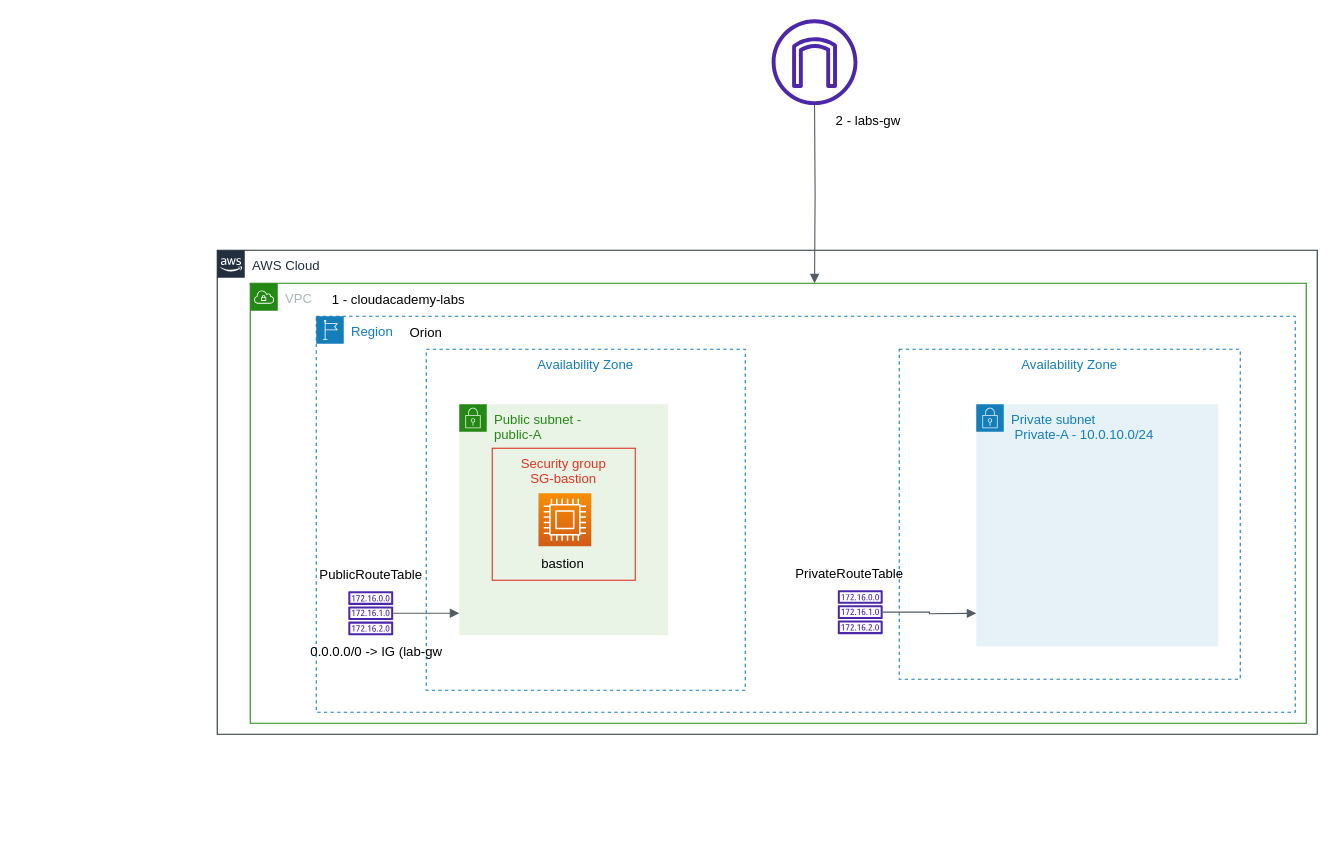
Above: cloudAcademyLab.drawio in pankajan05/pic (draw.io), before the change. Source tidied: cells renumbered, new cells numbered last; positions are measured from the earlier drawing's top-left corner, leaving out a move shared by most shapes. Both pictures are drawn from the tidied source at 110%, with x=0, y=0 at pixel (217, 19).
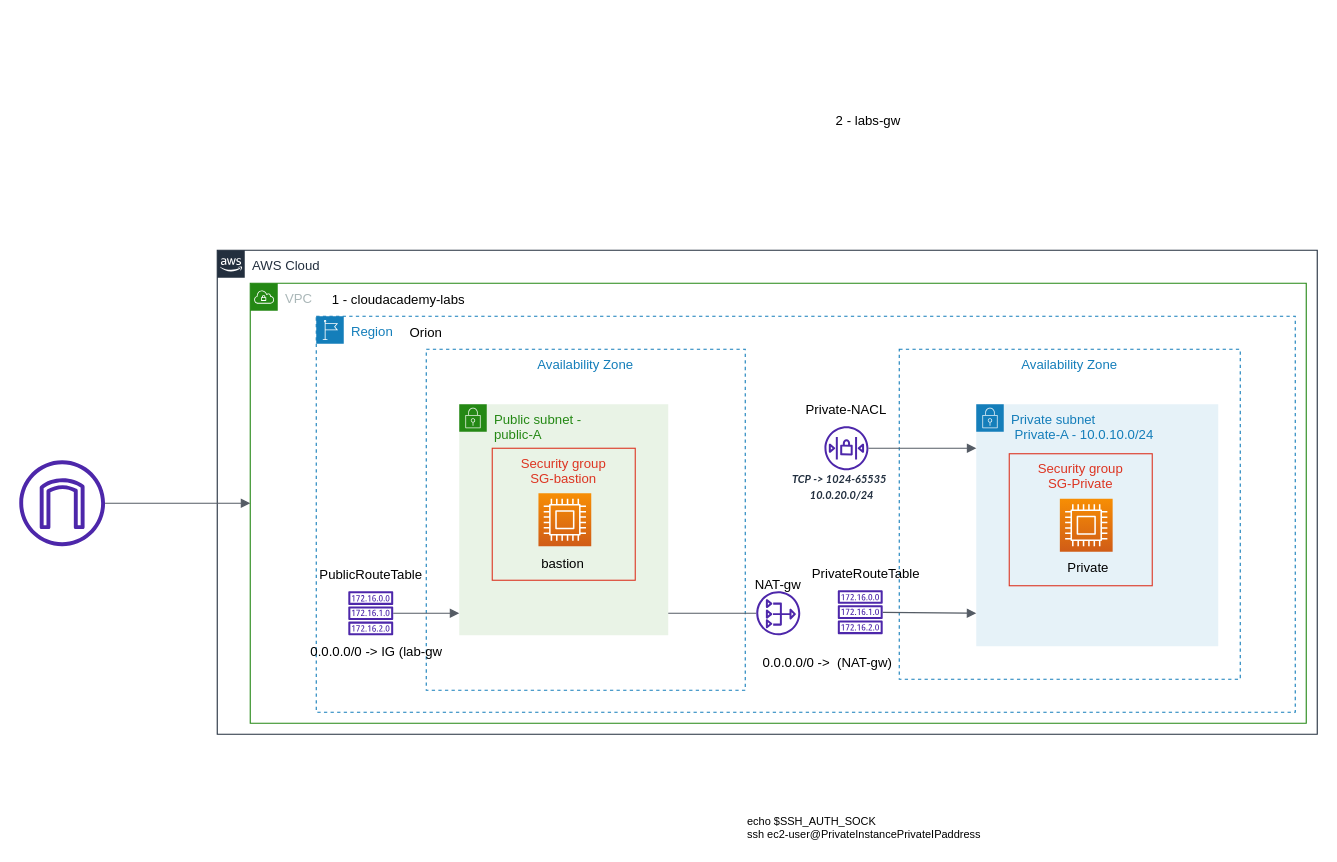
After the change.

The change refers to these unchanged cells:
```xml
<mxCell id="3" value="Region" style="gradientColor=none;html=1;whiteSpace=wrap;fontSize=12;fontStyle=0;shape=mxgraph.aws4.group;grIcon=mxgraph.aws4.group_region;strokeColor=#147EBA;fillColor=none;verticalAlign=top;align=left;spacingLeft=30;fontColor=#147EBA;dashed=1;" parent="1" vertex="1">
  <mxGeometry x="90" y="270" width="890" height="360" as="geometry" />
</mxCell>
<mxCell id="5" value="Availability Zone" style="fillColor=none;strokeColor=#147EBA;dashed=1;verticalAlign=top;fontStyle=0;fontColor=#147EBA;" parent="3" vertex="1">
  <mxGeometry x="530" y="30" width="310" height="300" as="geometry" />
</mxCell>
<mxCell id="10" value="VPC" style="points=[[0,0],[0.25,0],[0.5,0],[0.75,0],[1,0],[1,0.25],[1,0.5],[1,0.75],[1,1],[0.75,1],[0.5,1],[0.25,1],[0,1],[0,0.75],[0,0.5],[0,0.25]];outlineConnect=0;gradientColor=none;html=1;whiteSpace=wrap;fontSize=12;fontStyle=0;shape=mxgraph.aws4.group;grIcon=mxgraph.aws4.group_vpc;strokeColor=#248814;fillColor=none;verticalAlign=top;align=left;spacingLeft=30;fontColor=#AAB7B8;dashed=0;" parent="1" vertex="1">
  <mxGeometry x="30" y="240" width="960" height="400" as="geometry" />
</mxCell>
<mxCell id="16" style="sketch=0;outlineConnect=0;fontColor=#232F3E;gradientColor=none;fillColor=#4D27AA;strokeColor=none;dashed=0;verticalLabelPosition=bottom;verticalAlign=top;align=center;html=1;fontSize=12;fontStyle=0;shape=mxgraph.aws4.route_table;" parent="10" vertex="1">
  <mxGeometry x="534" y="279" width="41.1" height="40" as="geometry" />
</mxCell>
```

Diff of the diagram source:
```diff
@@
+    <mxCell id="24" style="sketch=0;fontColor=#232F3E;gradientColor=#F78E04;gradientDirection=north;fillColor=#D05C17;strokeColor=#ffffff;dashed=0;verticalLabelPosition=bottom;verticalAlign=top;align=center;html=1;fontSize=12;fontStyle=0;shape=mxgraph.aws4.resourceIcon;resIcon=mxgraph.aws4.compute;" parent="3" vertex="1">
+      <mxGeometry x="676" y="166" width="48" height="48" as="geometry" />
+    </mxCell>
+    <mxCell id="25" value="Private" style="text;html=1;strokeColor=none;fillColor=none;align=center;verticalAlign=middle;whiteSpace=wrap;rounded=0;" parent="3" vertex="1">
+      <mxGeometry x="672" y="214" width="60" height="30" as="geometry" />
+    </mxCell>
+    <mxCell id="26" value="Security group&#10;SG-Private" style="fillColor=none;strokeColor=#DD3522;verticalAlign=top;fontStyle=0;fontColor=#DD3522;" parent="3" vertex="1">
+      <mxGeometry x="630" y="125" width="130" height="120" as="geometry" />
+    </mxCell>
@@
     <mxCell id="17" value="PrivateRouteTable" style="text;html=1;strokeColor=none;fillColor=none;align=center;verticalAlign=middle;whiteSpace=wrap;rounded=0;" parent="10" vertex="1">
-      <mxGeometry x="515.1" y="249" width="60" height="30" as="geometry" />
+      <mxGeometry x="530" y="249" width="60" height="30" as="geometry" />
     </mxCell>
@@
+    <mxCell id="27" style="sketch=0;outlineConnect=0;fontColor=#232F3E;gradientColor=none;fillColor=#4D27AA;strokeColor=none;dashed=0;verticalLabelPosition=bottom;verticalAlign=top;align=center;html=1;fontSize=12;fontStyle=0;shape=mxgraph.aws4.network_access_control_list;" parent="10" vertex="1">
+      <mxGeometry x="522" y="130" width="40" height="40" as="geometry" />
+    </mxCell>
+    <mxCell id="28" value="Private-NACL" style="text;html=1;strokeColor=none;fillColor=none;align=center;verticalAlign=middle;whiteSpace=wrap;rounded=0;" parent="10" vertex="1">
+      <mxGeometry x="500" y="100" width="84" height="30" as="geometry" />
+    </mxCell>
+    <mxCell id="29" value="&lt;b style=&quot;font-size: 10px;&quot;&gt;&lt;em style=&quot;color: rgb(34, 47, 63); font-family: Lato, &amp;quot;Helvetica Neue&amp;quot;, Helvetica, Roboto, sans-serif; text-align: left; background-color: rgb(255, 255, 255);&quot;&gt;&lt;font style=&quot;font-size: 10px;&quot;&gt;TCP -&amp;gt; 1024-65535&amp;nbsp;&lt;br&gt;&amp;nbsp;&lt;/font&gt;&lt;/em&gt;&lt;font style=&quot;font-size: 10px;&quot; face=&quot;Lato, Helvetica Neue, Helvetica, Roboto, sans-serif&quot; color=&quot;#222f3f&quot;&gt;&lt;i&gt;10.0.20.0/24&lt;/i&gt;&lt;/font&gt;&lt;/b&gt;" style="text;html=1;strokeColor=none;fillColor=none;align=center;verticalAlign=middle;whiteSpace=wrap;rounded=0;" parent="10" vertex="1">
+      <mxGeometry x="450" y="170" width="174" height="30" as="geometry" />
+    </mxCell>
+    <mxCell id="30" style="sketch=0;fontColor=#232F3E;gradientColor=none;fillColor=#4D27AA;strokeColor=none;dashed=0;verticalLabelPosition=bottom;verticalAlign=top;align=center;html=1;fontSize=12;fontStyle=0;shape=mxgraph.aws4.nat_gateway;" parent="10" vertex="1">
+      <mxGeometry x="460" y="280" width="40" height="40" as="geometry" />
+    </mxCell>
+    <mxCell id="31" style="html=1;endArrow=none;elbow=vertical;startArrow=none;endFill=0;strokeColor=#545B64;rounded=0;" parent="10" edge="1">
+      <mxGeometry relative="1" as="geometry">
+        <mxPoint x="380" y="300" as="sourcePoint" />
+        <mxPoint x="460" y="300" as="targetPoint" />
+      </mxGeometry>
+    </mxCell>
+    <mxCell id="32" value="0.0.0.0/0 -&amp;gt;&amp;nbsp; (NAT-gw)" style="text;html=1;strokeColor=none;fillColor=none;align=center;verticalAlign=middle;whiteSpace=wrap;rounded=0;" parent="10" vertex="1">
+      <mxGeometry x="460" y="330" width="130" height="30" as="geometry" />
+    </mxCell>
+    <mxCell id="33" value="NAT-gw" style="text;html=1;strokeColor=none;fillColor=none;align=center;verticalAlign=middle;whiteSpace=wrap;rounded=0;" parent="10" vertex="1">
+      <mxGeometry x="450" y="259" width="60" height="30" as="geometry" />
+    </mxCell>
     <mxCell id="19" style="sketch=0;outlineConnect=0;fontColor=#232F3E;gradientColor=none;fillColor=#4D27AA;strokeColor=none;dashed=0;verticalLabelPosition=bottom;verticalAlign=top;align=center;html=1;fontSize=12;fontStyle=0;shape=mxgraph.aws4.internet_gateway;" parent="1" vertex="1">
-      <mxGeometry x="504" width="78" height="78" as="geometry" />
+      <mxGeometry x="-180" y="401" width="78" height="78" as="geometry" />
     </mxCell>
@@
-    <mxCell id="21" style="edgeStyle=orthogonalEdgeStyle;html=1;endArrow=none;elbow=vertical;startArrow=block;startFill=1;strokeColor=#545B64;rounded=0;" parent="1" edge="1" target="19">
-      <mxGeometry relative="1" as="geometry">
-        <mxPoint x="543" y="240" as="sourcePoint" />
-      </mxGeometry>
+    <mxCell id="21" style="html=1;endArrow=none;elbow=vertical;startArrow=block;startFill=1;strokeColor=#545B64;rounded=0;" parent="1" edge="1" source="10" target="19">
+      <mxGeometry relative="1" as="geometry" />
     </mxCell>
@@
-    <mxCell id="23" style="edgeStyle=orthogonalEdgeStyle;html=1;endArrow=block;elbow=vertical;startArrow=none;endFill=1;strokeColor=#545B64;rounded=0;" parent="1" edge="1" source="16">
+    <mxCell id="23" style="html=1;endArrow=block;elbow=vertical;startArrow=none;endFill=1;strokeColor=#545B64;rounded=0;" parent="1" edge="1" source="16">
       <mxGeometry relative="1" as="geometry">
         <mxPoint x="690" y="540" as="targetPoint" />
       </mxGeometry>
     </mxCell>
+    <mxCell id="34" style="html=1;endArrow=block;elbow=vertical;startArrow=none;endFill=1;strokeColor=#545B64;rounded=0;entryX=0.226;entryY=0.3;entryDx=0;entryDy=0;entryPerimeter=0;" parent="1" edge="1" source="27" target="5">
+      <mxGeometry relative="1" as="geometry" />
+    </mxCell>
+    <mxCell id="35" value="echo $SSH_AUTH_SOCK&lt;br&gt;&lt;div style=&quot;&quot;&gt;&lt;span style=&quot;background-color: initial;&quot;&gt;ssh ec2-user@PrivateInstancePrivateIPaddress&lt;/span&gt;&lt;/div&gt;" style="text;html=1;strokeColor=none;fillColor=none;align=left;verticalAlign=middle;whiteSpace=wrap;rounded=0;fontSize=10;" parent="1" vertex="1">
+      <mxGeometry x="480" y="720" width="220" height="30" as="geometry" />
+    </mxCell>
```
